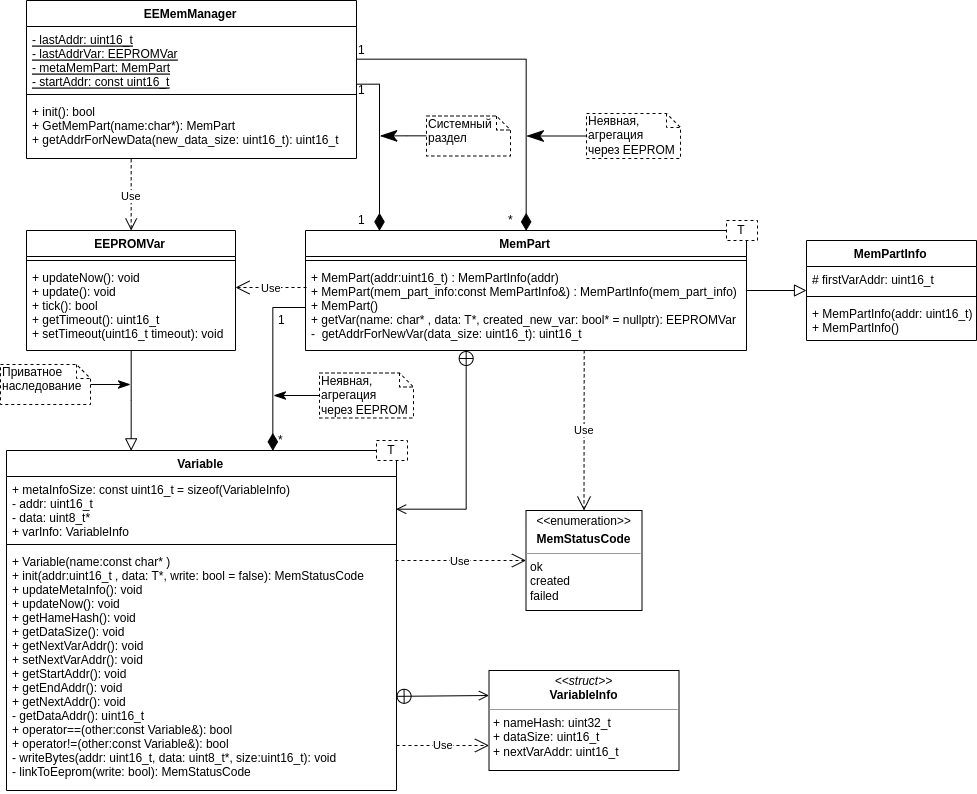
Earlier version of the draw.io export report/resources/images/class-diagram.png (almiluk/bachelor_thesis). Source tidied: cells renumbered, new cells last; positions are measured from the earlier drawing's top-left corner, leaving out a move shared by most shapes. Source of this version:
```xml
<mxGraphModel>
  <root>
    <mxCell id="0" />
    <mxCell id="1" parent="0" />
    <mxCell id="2" style="edgeStyle=orthogonalEdgeStyle;rounded=0;jettySize=auto;html=1;endArrow=block;endFill=0;strokeWidth=1;endSize=10;entryX=0.32;entryY=-0.001;entryDx=0;entryDy=0;entryPerimeter=0;" parent="1" edge="1" source="4" target="10">
      <mxGeometry relative="1" as="geometry" />
    </mxCell>
    <mxCell id="3" value="Use" style="edgeStyle=orthogonalEdgeStyle;rounded=0;jettySize=auto;html=1;entryX=0.316;entryY=0.999;entryDx=0;entryDy=0;entryPerimeter=0;startArrow=open;startFill=0;startSize=10;endArrow=none;endFill=0;endSize=10;strokeWidth=1;dashed=1;" parent="1" edge="1" source="4" target="29">
      <mxGeometry relative="1" as="geometry">
        <Array as="points">
          <mxPoint x="131" y="194" />
        </Array>
      </mxGeometry>
    </mxCell>
    <mxCell id="4" value="EEPROMVar" style="swimlane;fontStyle=1;align=center;verticalAlign=top;horizontal=1;startSize=26;" parent="1" vertex="1">
      <mxGeometry x="26" y="230" width="209" height="120" as="geometry" />
    </mxCell>
    <mxCell id="5" style="line;strokeWidth=1;fillColor=none;align=left;verticalAlign=middle;spacingTop=-1;spacingLeft=3;spacingRight=3;labelPosition=right;" parent="4" vertex="1">
      <mxGeometry y="26" width="209" height="8" as="geometry" />
    </mxCell>
    <mxCell id="6" value="+ updateNow(): void&#10;+ update(): void&#10;+ tick(): bool&#10;+ getTimeout(): uint16_t&#10;+ setTimeout(uint16_t timeout): void " style="text;strokeColor=none;fillColor=none;align=left;verticalAlign=top;spacingLeft=4;spacingRight=4;overflow=hidden;" parent="4" vertex="1">
      <mxGeometry y="34" width="209" height="86" as="geometry" />
    </mxCell>
    <mxCell id="7" value="MemPart" style="swimlane;fontStyle=1;align=center;verticalAlign=top;horizontal=1;startSize=26;" parent="1" vertex="1">
      <mxGeometry x="305" y="230" width="441" height="120" as="geometry" />
    </mxCell>
    <mxCell id="8" style="line;strokeWidth=1;fillColor=none;align=left;verticalAlign=middle;spacingTop=-1;spacingLeft=3;spacingRight=3;labelPosition=right;" parent="7" vertex="1">
      <mxGeometry y="26" width="441" height="8" as="geometry" />
    </mxCell>
    <mxCell id="9" value="+ MemPart(addr:uint16_t) : MemPartInfo(addr)&#10;+ MemPart(mem_part_info:const MemPartInfo&amp;) : MemPartInfo(mem_part_info)&#10;+ MemPart()&#10;+ getVar(name: char* , data: T*, created_new_var: bool* = nullptr): EEPROMVar&#10;-  getAddrForNewVar(data_size: uint16_t): uint16_t " style="text;strokeColor=none;fillColor=none;align=left;verticalAlign=top;spacingLeft=4;spacingRight=4;overflow=hidden;points=[[0,0.5],[1,0.5]];portConstraint=eastwest;" parent="7" vertex="1">
      <mxGeometry y="34" width="441" height="86" as="geometry" />
    </mxCell>
    <mxCell id="10" value="Variable" style="swimlane;fontStyle=1;align=center;verticalAlign=top;horizontal=1;startSize=26;" parent="1" vertex="1">
      <mxGeometry x="6" y="450" width="390" height="340" as="geometry" />
    </mxCell>
    <mxCell id="11" value="+ metaInfoSize: const uint16_t = sizeof(VariableInfo)&#10;- addr: uint16_t&#10;- data: uint8_t*&#10;+ varInfo: VariableInfo" style="text;strokeColor=none;fillColor=none;align=left;verticalAlign=top;spacingLeft=4;spacingRight=4;overflow=hidden;points=[[0,0.5],[1,0.5]];portConstraint=eastwest;fontStyle=0;" parent="10" vertex="1">
      <mxGeometry y="26" width="390" height="64" as="geometry" />
    </mxCell>
    <mxCell id="12" style="line;strokeWidth=1;fillColor=none;align=left;verticalAlign=middle;spacingTop=-1;spacingLeft=3;spacingRight=3;labelPosition=right;" parent="10" vertex="1">
      <mxGeometry y="90" width="390" height="8" as="geometry" />
    </mxCell>
    <mxCell id="13" value="+ Variable(name:const char* )&#10;+ init(addr:uint16_t , data: T*, write: bool = false): MemStatusCode &#10;+ updateMetaInfo(): void&#10;+ updateNow(): void&#10;+ getHameHash(): void&#10;+ getDataSize(): void&#10;+ getNextVarAddr(): void&#10;+ setNextVarAddr(): void&#10;+ getStartAddr(): void&#10;+ getEndAddr(): void&#10;+ getNextAddr(): void&#10;- getDataAddr(): uint16_t&#10;+ operator==(other:const Variable&amp;): bool&#10;+ operator!=(other:const Variable&amp;): bool&#10;- writeBytes(addr: uint16_t, data: uint8_t*, size:uint16_t): void&#10;- linkToEeprom(write: bool): MemStatusCode" style="text;strokeColor=none;fillColor=none;align=left;verticalAlign=top;spacingLeft=4;spacingRight=4;overflow=hidden;points=[[0,0.5],[1,0.5]];portConstraint=eastwest;" parent="10" vertex="1">
      <mxGeometry y="98" width="390" height="242" as="geometry" />
    </mxCell>
    <mxCell id="14" value="T" style="rounded=0;whiteSpace=wrap;html=1;dashed=1;" parent="1" vertex="1">
      <mxGeometry x="376" y="440" width="31" height="20" as="geometry" />
    </mxCell>
    <mxCell id="15" value="&lt;p style=&quot;margin: 0px ; margin-top: 4px ; text-align: center&quot;&gt;&lt;i&gt;&amp;lt;&amp;lt;&lt;/i&gt;&lt;span style=&quot;background-color: transparent ; font-style: inherit ; font-weight: inherit ; white-space: inherit ; text-align: left&quot;&gt;enumeration&lt;/span&gt;&lt;i&gt;&amp;gt;&amp;gt;&lt;/i&gt;&lt;/p&gt;&lt;p style=&quot;margin: 0px ; margin-top: 4px ; text-align: center&quot;&gt;&lt;b&gt;MemStatusCode&lt;/b&gt;&lt;br&gt;&lt;/p&gt;&lt;hr size=&quot;1&quot;&gt;&lt;p style=&quot;margin: 0px ; margin-left: 4px&quot;&gt;ok&lt;/p&gt;&lt;p style=&quot;margin: 0px ; margin-left: 4px&quot;&gt;created&lt;/p&gt;&lt;p style=&quot;margin: 0px ; margin-left: 4px&quot;&gt;failed&lt;/p&gt;" style="verticalAlign=top;align=left;overflow=fill;fontSize=12;fontFamily=Helvetica;html=1;fillColor=none;" parent="1" vertex="1">
      <mxGeometry x="525.5" y="510" width="116" height="100" as="geometry" />
    </mxCell>
    <mxCell id="16" value="Use" style="endArrow=open;endSize=12;dashed=1;html=1;entryX=0;entryY=0.5;entryDx=0;entryDy=0;" parent="1" edge="1" target="15">
      <mxGeometry relative="1" as="geometry">
        <mxPoint x="395" y="560" as="sourcePoint" />
      </mxGeometry>
    </mxCell>
    <mxCell id="17" style="edgeStyle=orthogonalEdgeStyle;rounded=0;jettySize=auto;html=1;endArrow=classicThin;endFill=1;endSize=10;strokeWidth=1;" parent="1" edge="1" source="18">
      <mxGeometry relative="1" as="geometry">
        <mxPoint x="130" y="384" as="targetPoint" />
      </mxGeometry>
    </mxCell>
    <mxCell id="18" value="Приватное наследование" style="shape=note;whiteSpace=wrap;html=1;size=14;verticalAlign=top;align=left;spacingTop=-6;dashed=1;" parent="1" vertex="1">
      <mxGeometry y="364" width="90" height="40" as="geometry" />
    </mxCell>
    <mxCell id="19" value="&lt;p style=&quot;margin: 0px ; margin-top: 4px ; text-align: center&quot;&gt;&lt;i&gt;&amp;lt;&amp;lt;struct&amp;gt;&amp;gt;&lt;/i&gt;&lt;br&gt;&lt;b&gt;VariableInfo&lt;/b&gt;&lt;br&gt;&lt;/p&gt;&lt;hr size=&quot;1&quot;&gt;&lt;p style=&quot;margin: 0px ; margin-left: 4px&quot;&gt;+ nameHash: uint32_t&lt;br&gt;+ dataSize: uint16_t&lt;/p&gt;&lt;p style=&quot;margin: 0px ; margin-left: 4px&quot;&gt;+&amp;nbsp;nextVarAddr: uint16_t&lt;/p&gt;" style="verticalAlign=top;align=left;overflow=fill;fontSize=12;fontFamily=Helvetica;html=1;fillColor=none;" parent="1" vertex="1">
      <mxGeometry x="488.5" y="670" width="190" height="100" as="geometry" />
    </mxCell>
    <mxCell id="20" style="endArrow=open;startArrow=circlePlus;endFill=0;startFill=0;endSize=8;html=1;strokeWidth=1;exitX=0.999;exitY=0.611;exitDx=0;exitDy=0;exitPerimeter=0;entryX=0;entryY=0.25;entryDx=0;entryDy=0;" parent="1" edge="1" source="13" target="19">
      <mxGeometry relative="1" as="geometry" />
    </mxCell>
    <mxCell id="21" value="Use" style="endArrow=open;endSize=12;dashed=1;html=1;strokeWidth=1;entryX=0;entryY=0.75;entryDx=0;entryDy=0;exitX=1;exitY=0.814;exitDx=0;exitDy=0;exitPerimeter=0;" parent="1" edge="1" source="13" target="19">
      <mxGeometry relative="1" as="geometry" />
    </mxCell>
    <mxCell id="22" value="MemPartInfo" style="swimlane;fontStyle=1;align=center;verticalAlign=top;horizontal=1;startSize=26;" parent="1" vertex="1">
      <mxGeometry x="806" y="240" width="170" height="100" as="geometry" />
    </mxCell>
    <mxCell id="23" value="# firstVarAddr: uint16_t" style="text;strokeColor=none;fillColor=none;align=left;verticalAlign=top;spacingLeft=4;spacingRight=4;overflow=hidden;" parent="22" vertex="1">
      <mxGeometry y="26" width="170" height="26" as="geometry" />
    </mxCell>
    <mxCell id="24" style="line;strokeWidth=1;fillColor=none;align=left;verticalAlign=middle;spacingTop=-1;spacingLeft=3;spacingRight=3;labelPosition=right;" parent="22" vertex="1">
      <mxGeometry y="52" width="170" height="8" as="geometry" />
    </mxCell>
    <mxCell id="25" value="+ MemPartInfo(addr: uint16_t)&#10;+ MemPartInfo()" style="text;strokeColor=none;fillColor=none;align=left;verticalAlign=top;spacingLeft=4;spacingRight=4;overflow=hidden;" parent="22" vertex="1">
      <mxGeometry y="60" width="170" height="40" as="geometry" />
    </mxCell>
    <mxCell id="26" value="EEMemManager" style="swimlane;fontStyle=1;align=center;verticalAlign=top;horizontal=1;startSize=26;" parent="1" vertex="1">
      <mxGeometry x="26" width="330" height="158" as="geometry" />
    </mxCell>
    <mxCell id="27" value="- lastAddr: uint16_t&#10;- lastAddrVar: EEPROMVar&#10;- metaMemPart: MemPart&#10;- startAddr: const uint16_t" style="text;strokeColor=none;fillColor=none;align=left;verticalAlign=top;spacingLeft=4;spacingRight=4;overflow=hidden;points=[[0,0.5],[1,0.5]];portConstraint=eastwest;fontStyle=4;" parent="26" vertex="1">
      <mxGeometry y="26" width="330" height="64" as="geometry" />
    </mxCell>
    <mxCell id="28" style="line;strokeWidth=1;fillColor=none;align=left;verticalAlign=middle;spacingTop=-1;spacingLeft=3;spacingRight=3;labelPosition=right;" parent="26" vertex="1">
      <mxGeometry y="90" width="330" height="8" as="geometry" />
    </mxCell>
    <mxCell id="29" value="+ init(): bool&#10;+ GetMemPart(name:char*): MemPart&#10;+ getAddrForNewData(new_data_size: uint16_t): uint16_t" style="text;strokeColor=none;fillColor=none;align=left;verticalAlign=top;spacingLeft=4;spacingRight=4;overflow=hidden;points=[[0,0.5],[1,0.5]];portConstraint=eastwest;" parent="26" vertex="1">
      <mxGeometry y="98" width="330" height="60" as="geometry" />
    </mxCell>
    <mxCell id="30" value="T" style="rounded=0;whiteSpace=wrap;html=1;dashed=1;" parent="1" vertex="1">
      <mxGeometry x="726" y="220" width="31" height="20" as="geometry" />
    </mxCell>
    <mxCell id="31" style="edgeStyle=orthogonalEdgeStyle;rounded=0;jettySize=auto;html=1;startArrow=none;startFill=0;startSize=10;endArrow=diamondThin;endFill=1;endSize=15;strokeWidth=1;entryX=0.685;entryY=0;entryDx=0;entryDy=0;entryPerimeter=0;" parent="1" edge="1" source="9" target="10">
      <mxGeometry relative="1" as="geometry" />
    </mxCell>
    <mxCell id="32" style="edgeStyle=orthogonalEdgeStyle;rounded=0;jettySize=auto;html=1;startArrow=none;startFill=0;startSize=10;endArrow=classicThin;endFill=1;endSize=10;strokeWidth=1;" parent="1" edge="1" source="33">
      <mxGeometry relative="1" as="geometry">
        <mxPoint x="273" y="395" as="targetPoint" />
      </mxGeometry>
    </mxCell>
    <mxCell id="33" value="Неявная, агрегация&lt;br&gt;через EEPROM" style="shape=note;whiteSpace=wrap;html=1;size=14;verticalAlign=top;align=left;spacingTop=-6;dashed=1;" parent="1" vertex="1">
      <mxGeometry x="319" y="372.5" width="94" height="45" as="geometry" />
    </mxCell>
    <mxCell id="34" style="endArrow=open;startArrow=circlePlus;endFill=0;startFill=0;endSize=8;html=1;strokeWidth=1;entryX=1;entryY=0.5;entryDx=0;entryDy=0;edgeStyle=orthogonalEdgeStyle;rounded=0;" parent="1" edge="1" source="9" target="11">
      <mxGeometry relative="1" as="geometry">
        <Array as="points">
          <mxPoint x="466" y="508" />
        </Array>
      </mxGeometry>
    </mxCell>
    <mxCell id="35" value="Use" style="endArrow=open;endSize=12;dashed=1;html=1;strokeWidth=1;" parent="1" edge="1">
      <mxGeometry relative="1" as="geometry">
        <mxPoint x="306" y="287" as="sourcePoint" />
        <mxPoint x="235" y="287" as="targetPoint" />
      </mxGeometry>
    </mxCell>
    <mxCell id="36" style="edgeStyle=orthogonalEdgeStyle;rounded=0;jettySize=auto;html=1;startArrow=none;startFill=0;startSize=10;endArrow=block;endFill=0;endSize=10;strokeWidth=1;" parent="1" edge="1" target="22">
      <mxGeometry relative="1" as="geometry">
        <mxPoint x="746" y="290" as="sourcePoint" />
      </mxGeometry>
    </mxCell>
    <mxCell id="37" value="1" style="text;html=1;align=left;verticalAlign=top;spacingTop=-4;" parent="1" vertex="1">
      <mxGeometry x="276" y="310" width="20" height="20" as="geometry" />
    </mxCell>
    <mxCell id="38" value="*" style="text;html=1;align=left;verticalAlign=top;spacingTop=-4;" parent="1" vertex="1">
      <mxGeometry x="276" y="430" width="20" height="20" as="geometry" />
    </mxCell>
    <mxCell id="39" style="edgeStyle=orthogonalEdgeStyle;rounded=0;jettySize=auto;html=1;entryX=0.169;entryY=-0.002;entryDx=0;entryDy=0;startArrow=none;startFill=0;startSize=10;endArrow=diamondThin;endFill=1;endSize=15;strokeWidth=1;exitX=1;exitY=0.91;exitDx=0;exitDy=0;exitPerimeter=0;entryPerimeter=0;" parent="1" edge="1" source="27" target="7">
      <mxGeometry relative="1" as="geometry" />
    </mxCell>
    <mxCell id="40" value="1" style="text;html=1;align=left;verticalAlign=top;spacingTop=-4;" parent="1" vertex="1">
      <mxGeometry x="356" y="80" width="20" height="20" as="geometry" />
    </mxCell>
    <mxCell id="41" value="1" style="text;html=1;align=left;verticalAlign=top;spacingTop=-4;" parent="1" vertex="1">
      <mxGeometry x="356" y="210" width="20" height="20" as="geometry" />
    </mxCell>
    <mxCell id="42" style="edgeStyle=orthogonalEdgeStyle;rounded=0;jettySize=auto;html=1;entryX=0.5;entryY=0;entryDx=0;entryDy=0;startArrow=none;startFill=0;startSize=10;endArrow=diamondThin;endFill=1;endSize=15;strokeWidth=1;" parent="1" edge="1" source="27" target="7">
      <mxGeometry relative="1" as="geometry" />
    </mxCell>
    <mxCell id="43" value="1" style="text;html=1;align=left;verticalAlign=top;spacingTop=-4;" parent="1" vertex="1">
      <mxGeometry x="356" y="40" width="20" height="20" as="geometry" />
    </mxCell>
    <mxCell id="44" value="*" style="text;html=1;align=left;verticalAlign=top;spacingTop=-4;" parent="1" vertex="1">
      <mxGeometry x="506" y="210" width="20" height="20" as="geometry" />
    </mxCell>
    <mxCell id="45" style="edgeStyle=orthogonalEdgeStyle;rounded=0;jettySize=auto;html=1;startArrow=none;startFill=0;startSize=10;endArrow=classicThin;endFill=1;endSize=15;strokeWidth=1;" parent="1" edge="1" source="46">
      <mxGeometry relative="1" as="geometry">
        <mxPoint x="526" y="135.5" as="targetPoint" />
      </mxGeometry>
    </mxCell>
    <mxCell id="46" value="Неявная, агрегация&lt;br&gt;через EEPROM" style="shape=note;whiteSpace=wrap;html=1;size=14;verticalAlign=top;align=left;spacingTop=-6;dashed=1;" parent="1" vertex="1">
      <mxGeometry x="586" y="113" width="94" height="45" as="geometry" />
    </mxCell>
    <mxCell id="47" style="edgeStyle=orthogonalEdgeStyle;rounded=0;jettySize=auto;html=1;startArrow=none;startFill=0;startSize=10;endArrow=classicThin;endFill=1;endSize=15;strokeWidth=1;" parent="1" edge="1" source="48">
      <mxGeometry relative="1" as="geometry">
        <mxPoint x="379.4" y="135.4" as="targetPoint" />
      </mxGeometry>
    </mxCell>
    <mxCell id="48" value="Системный&amp;nbsp;&lt;br&gt;раздел" style="shape=note;whiteSpace=wrap;html=1;size=14;verticalAlign=top;align=left;spacingTop=-6;dashed=1;" parent="1" vertex="1">
      <mxGeometry x="426" y="115.5" width="84" height="40" as="geometry" />
    </mxCell>
    <mxCell id="49" value="Use" style="endArrow=open;endSize=12;dashed=1;html=1;exitX=0.632;exitY=0.998;exitDx=0;exitDy=0;exitPerimeter=0;entryX=0.5;entryY=0;entryDx=0;entryDy=0;" parent="1" edge="1" source="9" target="15">
      <mxGeometry relative="1" as="geometry" />
    </mxCell>
  </root>
</mxGraphModel>
```
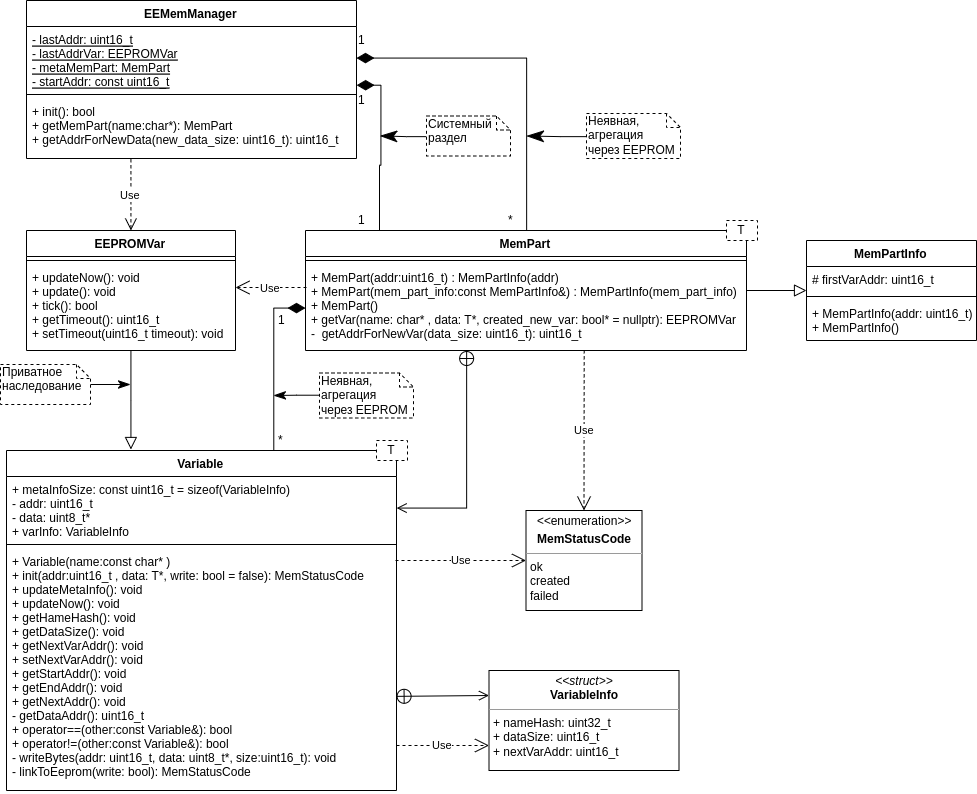
After the change.

Change to the diagram source:
```diff
@@ -91,13 +91,13 @@
     <mxCell id="28" style="line;strokeWidth=1;fillColor=none;align=left;verticalAlign=middle;spacingTop=-1;spacingLeft=3;spacingRight=3;labelPosition=right;" parent="26" vertex="1">
       <mxGeometry y="90" width="330" height="8" as="geometry" />
     </mxCell>
-    <mxCell id="29" value="+ init(): bool&#10;+ GetMemPart(name:char*): MemPart&#10;+ getAddrForNewData(new_data_size: uint16_t): uint16_t" style="text;strokeColor=none;fillColor=none;align=left;verticalAlign=top;spacingLeft=4;spacingRight=4;overflow=hidden;points=[[0,0.5],[1,0.5]];portConstraint=eastwest;" parent="26" vertex="1">
+    <mxCell id="29" value="+ init(): bool&#10;+ getMemPart(name:char*): MemPart&#10;+ getAddrForNewData(new_data_size: uint16_t): uint16_t" style="text;strokeColor=none;fillColor=none;align=left;verticalAlign=top;spacingLeft=4;spacingRight=4;overflow=hidden;points=[[0,0.5],[1,0.5]];portConstraint=eastwest;" parent="26" vertex="1">
       <mxGeometry y="98" width="330" height="60" as="geometry" />
     </mxCell>
     <mxCell id="30" value="T" style="rounded=0;whiteSpace=wrap;html=1;dashed=1;" parent="1" vertex="1">
       <mxGeometry x="726" y="220" width="31" height="20" as="geometry" />
     </mxCell>
-    <mxCell id="31" style="edgeStyle=orthogonalEdgeStyle;rounded=0;jettySize=auto;html=1;startArrow=none;startFill=0;startSize=10;endArrow=diamondThin;endFill=1;endSize=15;strokeWidth=1;entryX=0.685;entryY=0;entryDx=0;entryDy=0;entryPerimeter=0;" parent="1" edge="1" source="9" target="10">
+    <mxCell id="31" style="edgeStyle=orthogonalEdgeStyle;rounded=0;jettySize=auto;html=1;startArrow=diamondThin;startFill=1;startSize=15;endArrow=none;endFill=0;endSize=15;strokeWidth=1;entryX=0.685;entryY=0;entryDx=0;entryDy=0;entryPerimeter=0;" parent="1" edge="1" source="9" target="10">
       <mxGeometry relative="1" as="geometry" />
     </mxCell>
     <mxCell id="32" style="edgeStyle=orthogonalEdgeStyle;rounded=0;jettySize=auto;html=1;startArrow=none;startFill=0;startSize=10;endArrow=classicThin;endFill=1;endSize=10;strokeWidth=1;" parent="1" edge="1" source="33">
@@ -132,20 +132,25 @@
     <mxCell id="38" value="*" style="text;html=1;align=left;verticalAlign=top;spacingTop=-4;" parent="1" vertex="1">
       <mxGeometry x="276" y="430" width="20" height="20" as="geometry" />
     </mxCell>
-    <mxCell id="39" style="edgeStyle=orthogonalEdgeStyle;rounded=0;jettySize=auto;html=1;entryX=0.169;entryY=-0.002;entryDx=0;entryDy=0;startArrow=none;startFill=0;startSize=10;endArrow=diamondThin;endFill=1;endSize=15;strokeWidth=1;exitX=1;exitY=0.91;exitDx=0;exitDy=0;exitPerimeter=0;entryPerimeter=0;" parent="1" edge="1" source="27" target="7">
-      <mxGeometry relative="1" as="geometry" />
+    <mxCell id="39" style="edgeStyle=orthogonalEdgeStyle;rounded=0;jettySize=auto;html=1;entryX=0.169;entryY=-0.002;entryDx=0;entryDy=0;startArrow=diamondThin;startFill=1;startSize=15;endArrow=none;endFill=0;endSize=15;strokeWidth=1;exitX=1;exitY=0.91;exitDx=0;exitDy=0;exitPerimeter=0;entryPerimeter=0;" parent="1" edge="1" source="27" target="7">
+      <mxGeometry relative="1" as="geometry">
+        <Array as="points">
+          <mxPoint x="380" y="84" />
+          <mxPoint x="380" y="165" />
+        </Array>
+      </mxGeometry>
     </mxCell>
     <mxCell id="40" value="1" style="text;html=1;align=left;verticalAlign=top;spacingTop=-4;" parent="1" vertex="1">
-      <mxGeometry x="356" y="80" width="20" height="20" as="geometry" />
+      <mxGeometry x="356" y="90" width="20" height="20" as="geometry" />
     </mxCell>
     <mxCell id="41" value="1" style="text;html=1;align=left;verticalAlign=top;spacingTop=-4;" parent="1" vertex="1">
       <mxGeometry x="356" y="210" width="20" height="20" as="geometry" />
     </mxCell>
-    <mxCell id="42" style="edgeStyle=orthogonalEdgeStyle;rounded=0;jettySize=auto;html=1;entryX=0.5;entryY=0;entryDx=0;entryDy=0;startArrow=none;startFill=0;startSize=10;endArrow=diamondThin;endFill=1;endSize=15;strokeWidth=1;" parent="1" edge="1" source="27" target="7">
+    <mxCell id="42" style="edgeStyle=orthogonalEdgeStyle;rounded=0;jettySize=auto;html=1;entryX=0.5;entryY=0;entryDx=0;entryDy=0;startArrow=diamondThin;startFill=1;startSize=15;endArrow=none;endFill=0;endSize=15;strokeWidth=1;" parent="1" edge="1" source="27" target="7">
       <mxGeometry relative="1" as="geometry" />
     </mxCell>
     <mxCell id="43" value="1" style="text;html=1;align=left;verticalAlign=top;spacingTop=-4;" parent="1" vertex="1">
-      <mxGeometry x="356" y="40" width="20" height="20" as="geometry" />
+      <mxGeometry x="356" y="30" width="20" height="20" as="geometry" />
     </mxCell>
     <mxCell id="44" value="*" style="text;html=1;align=left;verticalAlign=top;spacingTop=-4;" parent="1" vertex="1">
       <mxGeometry x="506" y="210" width="20" height="20" as="geometry" />
```
